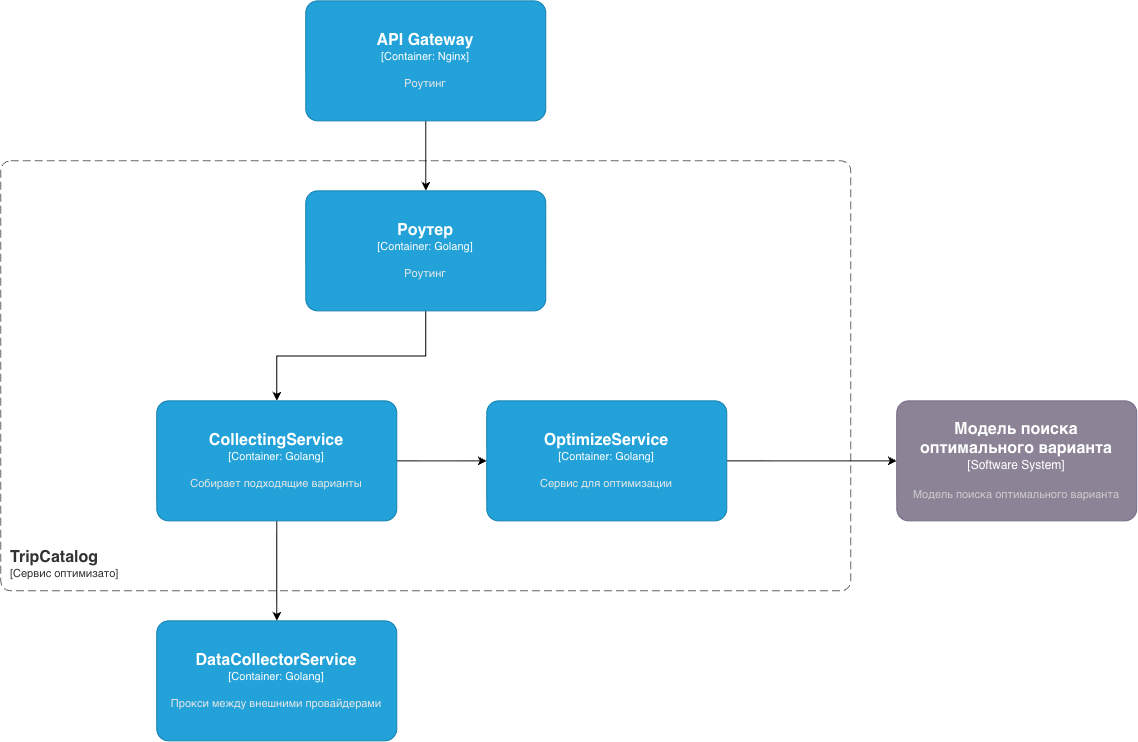
jur4ikoff/inference-platform keeps this draw.io diagram as docs/img/C4-l3.png. Above is the earlier version. Source tidied: cells renumbered, new cells last; positions are measured from the earlier drawing's top-left corner, leaving out a move shared by most shapes.
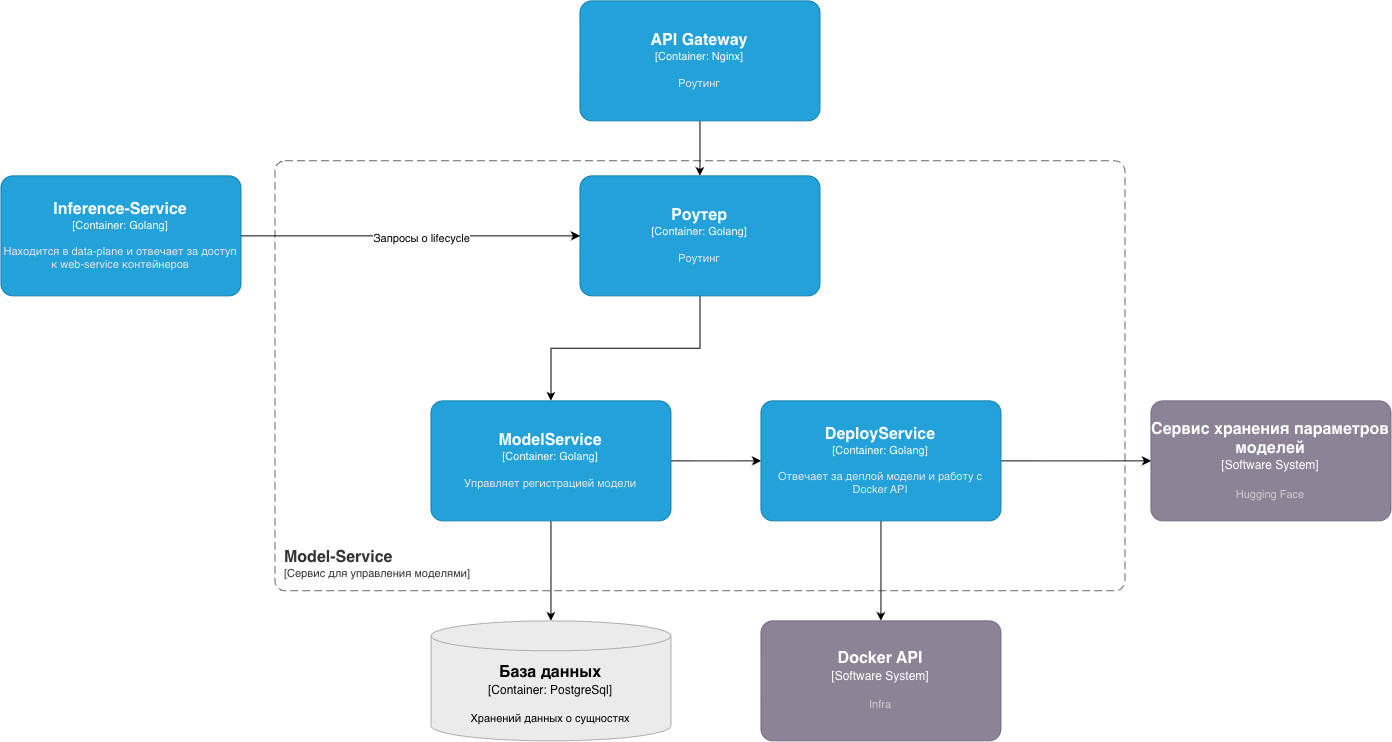
Above is the later version.

Diff of the diagram source:
```diff
@@ -2,7 +2,7 @@
   <root>
     <mxCell id="0" />
     <mxCell id="1" parent="0" />
-    <object id="2" label="&lt;font style=&quot;font-size: 16px&quot;&gt;&lt;b&gt;&lt;div style=&quot;text-align: left&quot;&gt;%c4Name%&lt;/div&gt;&lt;/b&gt;&lt;/font&gt;&lt;div style=&quot;text-align: left&quot;&gt;[%c4Application%]&lt;/div&gt;" c4Application="Сервис оптимизато" c4Name="TripCatalog" c4Type="SystemScopeBoundary" placeholders="1">
+    <object id="2" label="&lt;font style=&quot;font-size: 16px&quot;&gt;&lt;b&gt;&lt;div style=&quot;text-align: left&quot;&gt;%c4Name%&lt;/div&gt;&lt;/b&gt;&lt;/font&gt;&lt;div style=&quot;text-align: left&quot;&gt;[%c4Application%]&lt;/div&gt;" c4Application="Сервис для управления моделями" c4Name="Model-Service" c4Type="SystemScopeBoundary" placeholders="1">
       <mxCell style="rounded=1;fontSize=11;whiteSpace=wrap;html=1;dashed=1;arcSize=20;fillColor=none;strokeColor=#666666;fontColor=#333333;labelBackgroundColor=none;align=left;verticalAlign=bottom;labelBorderColor=none;spacingTop=0;spacing=10;dashPattern=8 4;perimeter=rectanglePerimeter;noLabel=0;labelPadding=0;absoluteArcSize=1;" parent="1" vertex="1">
         <mxGeometry y="160" width="850" height="430" as="geometry" />
       </mxCell>
@@ -15,26 +15,21 @@
         <mxGeometry x="305" width="240" height="120" as="geometry" />
       </mxCell>
     </object>
-    <object id="5" label="&lt;font style=&quot;font-size: 16px&quot;&gt;&lt;b&gt;%c4Name%&lt;/b&gt;&lt;/font&gt;&lt;div&gt;[%c4Type%: %c4Technology%]&lt;/div&gt;&lt;br&gt;&lt;div&gt;&lt;font style=&quot;font-size: 11px&quot;&gt;&lt;font color=&quot;#E6E6E6&quot;&gt;%c4Description%&lt;/font&gt;&lt;/div&gt;" c4Description="Прокси между внешними провайдерами" c4Name="DataCollectorService" c4Technology="Golang" c4Type="Container" placeholders="1">
-      <mxCell style="rounded=1;whiteSpace=wrap;html=1;fontSize=11;labelBackgroundColor=none;fillColor=#23A2D9;fontColor=#ffffff;align=center;arcSize=10;strokeColor=#0E7DAD;points=[[0.25,0,0],[0.5,0,0],[0.75,0,0],[1,0.25,0],[1,0.5,0],[1,0.75,0],[0.75,1,0],[0.5,1,0],[0.25,1,0],[0,0.75,0],[0,0.5,0],[0,0.25,0]];" parent="1" vertex="1">
-        <mxGeometry x="156" y="620" width="240" height="120" as="geometry" />
-      </mxCell>
-    </object>
     <mxCell id="6" style="edgeStyle=orthogonalEdgeStyle;rounded=0;jettySize=auto;html=1;" parent="1" edge="1" source="7" target="10">
       <mxGeometry relative="1" as="geometry" />
     </mxCell>
     <object id="7" label="&lt;font style=&quot;font-size: 16px&quot;&gt;&lt;b&gt;%c4Name%&lt;/b&gt;&lt;/font&gt;&lt;div&gt;[%c4Type%: %c4Technology%]&lt;/div&gt;&lt;br&gt;&lt;div&gt;&lt;font style=&quot;font-size: 11px&quot;&gt;&lt;font color=&quot;#E6E6E6&quot;&gt;%c4Description%&lt;/font&gt;&lt;/div&gt;" c4Description="Роутинг" c4Name="Роутер" c4Technology="Golang" c4Type="Container" placeholders="1">
       <mxCell style="rounded=1;whiteSpace=wrap;html=1;fontSize=11;labelBackgroundColor=none;fillColor=#23A2D9;fontColor=#ffffff;align=center;arcSize=10;strokeColor=#0E7DAD;points=[[0.25,0,0],[0.5,0,0],[0.75,0,0],[1,0.25,0],[1,0.5,0],[1,0.75,0],[0.75,1,0],[0.5,1,0],[0.25,1,0],[0,0.75,0],[0,0.5,0],[0,0.25,0]];" parent="1" vertex="1">
-        <mxGeometry x="305" y="190" width="240" height="120" as="geometry" />
+        <mxGeometry x="305" y="175" width="240" height="120" as="geometry" />
       </mxCell>
     </object>
     <mxCell id="8" style="edgeStyle=orthogonalEdgeStyle;rounded=0;jettySize=auto;html=1;" parent="1" edge="1" source="10" target="12">
       <mxGeometry relative="1" as="geometry" />
     </mxCell>
-    <mxCell id="9" style="edgeStyle=orthogonalEdgeStyle;rounded=0;jettySize=auto;html=1;" parent="1" edge="1" source="10" target="5">
-      <mxGeometry relative="1" as="geometry" />
-    </mxCell>
+    <mxCell id="14" style="edgeStyle=orthogonalEdgeStyle;rounded=0;jettySize=auto;html=1;" parent="1" edge="1" source="10" target="17">
+      <mxGeometry relative="1" as="geometry" />
+    </mxCell>
-    <object id="10" label="&lt;font style=&quot;font-size: 16px&quot;&gt;&lt;b&gt;%c4Name%&lt;/b&gt;&lt;/font&gt;&lt;div&gt;[%c4Type%: %c4Technology%]&lt;/div&gt;&lt;br&gt;&lt;div&gt;&lt;font style=&quot;font-size: 11px&quot;&gt;&lt;font color=&quot;#E6E6E6&quot;&gt;%c4Description%&lt;/font&gt;&lt;/div&gt;" c4Description="Собирает подходящие варианты" c4Name="CollectingService" c4Technology="Golang" c4Type="Container" placeholders="1">
+    <object id="10" label="&lt;font style=&quot;font-size: 16px&quot;&gt;&lt;b&gt;%c4Name%&lt;/b&gt;&lt;/font&gt;&lt;div&gt;[%c4Type%: %c4Technology%]&lt;/div&gt;&lt;br&gt;&lt;div&gt;&lt;font style=&quot;font-size: 11px&quot;&gt;&lt;font color=&quot;#E6E6E6&quot;&gt;%c4Description%&lt;/font&gt;&lt;/div&gt;" c4Description="Управляет регистрацией модели" c4Name="ModelService" c4Technology="Golang" c4Type="Container" placeholders="1">
       <mxCell style="rounded=1;whiteSpace=wrap;html=1;fontSize=11;labelBackgroundColor=none;fillColor=#23A2D9;fontColor=#ffffff;align=center;arcSize=10;strokeColor=#0E7DAD;points=[[0.25,0,0],[0.5,0,0],[0.75,0,0],[1,0.25,0],[1,0.5,0],[1,0.75,0],[0.75,1,0],[0.5,1,0],[0.25,1,0],[0,0.75,0],[0,0.5,0],[0,0.25,0]];" parent="1" vertex="1">
         <mxGeometry x="156" y="400" width="240" height="120" as="geometry" />
       </mxCell>
@@ -42,15 +37,43 @@
     <mxCell id="11" style="edgeStyle=orthogonalEdgeStyle;rounded=0;jettySize=auto;html=1;" parent="1" edge="1" source="12" target="13">
       <mxGeometry relative="1" as="geometry" />
     </mxCell>
+    <mxCell id="15" style="edgeStyle=orthogonalEdgeStyle;rounded=0;jettySize=auto;html=1;" parent="1" edge="1" source="12" target="16">
+      <mxGeometry relative="1" as="geometry" />
+    </mxCell>
-    <object id="12" label="&lt;font style=&quot;font-size: 16px&quot;&gt;&lt;b&gt;%c4Name%&lt;/b&gt;&lt;/font&gt;&lt;div&gt;[%c4Type%: %c4Technology%]&lt;/div&gt;&lt;br&gt;&lt;div&gt;&lt;font style=&quot;font-size: 11px&quot;&gt;&lt;font color=&quot;#E6E6E6&quot;&gt;%c4Description%&lt;/font&gt;&lt;/div&gt;" c4Description="Сервис для оптимизации" c4Name="OptimizeService" c4Technology="Golang" c4Type="Container" placeholders="1">
+    <object id="12" label="&lt;font style=&quot;font-size: 16px&quot;&gt;&lt;b&gt;%c4Name%&lt;/b&gt;&lt;/font&gt;&lt;div&gt;[%c4Type%: %c4Technology%]&lt;/div&gt;&lt;br&gt;&lt;div&gt;&lt;font style=&quot;font-size: 11px&quot;&gt;&lt;font color=&quot;#E6E6E6&quot;&gt;%c4Description%&lt;/font&gt;&lt;/div&gt;" c4Description="Отвечает за деплой модели и работу с Docker API" c4Name="DeployService" c4Technology="Golang" c4Type="Container" placeholders="1">
       <mxCell style="rounded=1;whiteSpace=wrap;html=1;fontSize=11;labelBackgroundColor=none;fillColor=#23A2D9;fontColor=#ffffff;align=center;arcSize=10;strokeColor=#0E7DAD;points=[[0.25,0,0],[0.5,0,0],[0.75,0,0],[1,0.25,0],[1,0.5,0],[1,0.75,0],[0.75,1,0],[0.5,1,0],[0.25,1,0],[0,0.75,0],[0,0.5,0],[0,0.25,0]];" parent="1" vertex="1">
         <mxGeometry x="486" y="400" width="240" height="120" as="geometry" />
       </mxCell>
     </object>
-    <object id="13" label="&lt;font style=&quot;font-size: 16px&quot;&gt;&lt;b&gt;%c4Name%&lt;/b&gt;&lt;/font&gt;&lt;div&gt;[%c4Type%]&lt;/div&gt;&lt;br&gt;&lt;div&gt;&lt;font style=&quot;font-size: 11px&quot;&gt;&lt;font color=&quot;#cccccc&quot;&gt;%c4Description%&lt;/font&gt;&lt;/div&gt;" c4Description="Модель поиска оптимального варианта" c4Name="Модель поиска оптимального варианта" c4Type="Software System" placeholders="1">
+    <object id="13" label="&lt;font style=&quot;font-size: 16px&quot;&gt;&lt;b&gt;%c4Name%&lt;/b&gt;&lt;/font&gt;&lt;div&gt;[%c4Type%]&lt;/div&gt;&lt;br&gt;&lt;div&gt;&lt;font style=&quot;font-size: 11px&quot;&gt;&lt;font color=&quot;#cccccc&quot;&gt;%c4Description%&lt;/font&gt;&lt;/div&gt;" c4Description="Hugging Face" c4Name="Сервис хранения параметров моделей" c4Type="Software System" placeholders="1">
       <mxCell style="rounded=1;whiteSpace=wrap;html=1;labelBackgroundColor=none;fillColor=#8C8496;fontColor=#ffffff;align=center;arcSize=10;strokeColor=#736782;points=[[0.25,0,0],[0.5,0,0],[0.75,0,0],[1,0.25,0],[1,0.5,0],[1,0.75,0],[0.75,1,0],[0.5,1,0],[0.25,1,0],[0,0.75,0],[0,0.5,0],[0,0.25,0]];" parent="1" vertex="1">
-        <mxGeometry x="896" y="400" width="240" height="120" as="geometry" />
+        <mxGeometry x="876" y="400" width="240" height="120" as="geometry" />
       </mxCell>
     </object>
+    <object id="16" label="&lt;font style=&quot;font-size: 16px&quot;&gt;&lt;b&gt;%c4Name%&lt;/b&gt;&lt;/font&gt;&lt;div&gt;[%c4Type%]&lt;/div&gt;&lt;br&gt;&lt;div&gt;&lt;font style=&quot;font-size: 11px&quot;&gt;&lt;font color=&quot;#cccccc&quot;&gt;%c4Description%&lt;/font&gt;&lt;/div&gt;" c4Description="Infra" c4Name="Docker API" c4Type="Software System" placeholders="1">
+      <mxCell style="rounded=1;whiteSpace=wrap;html=1;labelBackgroundColor=none;fillColor=#8C8496;fontColor=#ffffff;align=center;arcSize=10;strokeColor=#736782;points=[[0.25,0,0],[0.5,0,0],[0.75,0,0],[1,0.25,0],[1,0.5,0],[1,0.75,0],[0.75,1,0],[0.5,1,0],[0.25,1,0],[0,0.75,0],[0,0.5,0],[0,0.25,0]];" parent="1" vertex="1">
+        <mxGeometry x="486" y="620" width="240" height="120" as="geometry" />
+      </mxCell>
+    </object>
+    <object id="17" label="&lt;font style=&quot;font-size: 16px&quot;&gt;&lt;b&gt;%c4Name%&lt;/b&gt;&lt;/font&gt;&lt;div&gt;[%c4Type%:&amp;nbsp;%c4Technology%]&lt;/div&gt;&lt;br&gt;&lt;div&gt;&lt;font style=&quot;font-size: 11px&quot;&gt;&lt;font&gt;%c4Description%&lt;/font&gt;&lt;/font&gt;&lt;/div&gt;" c4Description="Хранений данных о сущностях" c4Name="База данных" c4Technology="PostgreSql" c4Type="Container" placeholders="1">
+      <mxCell style="shape=cylinder3;size=15;whiteSpace=wrap;html=1;boundedLbl=1;rounded=0;labelBackgroundColor=none;fillColor=#EBEBEB;fontSize=12;fontColor=#050505;align=center;strokeColor=#ADADAD;points=[[0.5,0,0],[1,0.25,0],[1,0.5,0],[1,0.75,0],[0.5,1,0],[0,0.75,0],[0,0.5,0],[0,0.25,0]];" parent="1" vertex="1">
+        <mxGeometry x="156" y="620" width="240" height="120" as="geometry" />
+      </mxCell>
+    </object>
+    <object id="5" label="&lt;font style=&quot;font-size: 16px&quot;&gt;&lt;b&gt;%c4Name%&lt;/b&gt;&lt;/font&gt;&lt;div&gt;[%c4Type%: %c4Technology%]&lt;/div&gt;&lt;br&gt;&lt;div&gt;&lt;font style=&quot;font-size: 11px&quot;&gt;&lt;font color=&quot;#E6E6E6&quot;&gt;%c4Description%&lt;/font&gt;&lt;/div&gt;" c4Description="Находится в data-plane и отвечает за доступ к web-service контейнеров" c4Name="Inference-Service" c4Technology="Golang" c4Type="Container" placeholders="1">
+      <mxCell style="rounded=1;whiteSpace=wrap;html=1;fontSize=11;labelBackgroundColor=none;fillColor=#23A2D9;fontColor=#ffffff;align=center;arcSize=10;strokeColor=#0E7DAD;points=[[0.25,0,0],[0.5,0,0],[0.75,0,0],[1,0.25,0],[1,0.5,0],[1,0.75,0],[0.75,1,0],[0.5,1,0],[0.25,1,0],[0,0.75,0],[0,0.5,0],[0,0.25,0]];" parent="1" vertex="1">
+        <mxGeometry x="-274" y="175" width="240" height="120" as="geometry" />
+      </mxCell>
+    </object>
+    <mxCell id="18" style="edgeStyle=orthogonalEdgeStyle;rounded=0;jettySize=auto;html=1;" parent="1" edge="1" source="5" target="7">
+      <mxGeometry relative="1" as="geometry">
+        <Array as="points">
+          <mxPoint x="-264" y="240" />
+        </Array>
+      </mxGeometry>
+    </mxCell>
+    <mxCell id="19" value="Запросы о lifecycle" style="edgeLabel;html=1;align=center;verticalAlign=middle;" parent="18" vertex="1">
+      <mxGeometry x="0.07" y="-2" relative="1" as="geometry" />
+    </mxCell>
   </root>
 </mxGraphModel>
```
